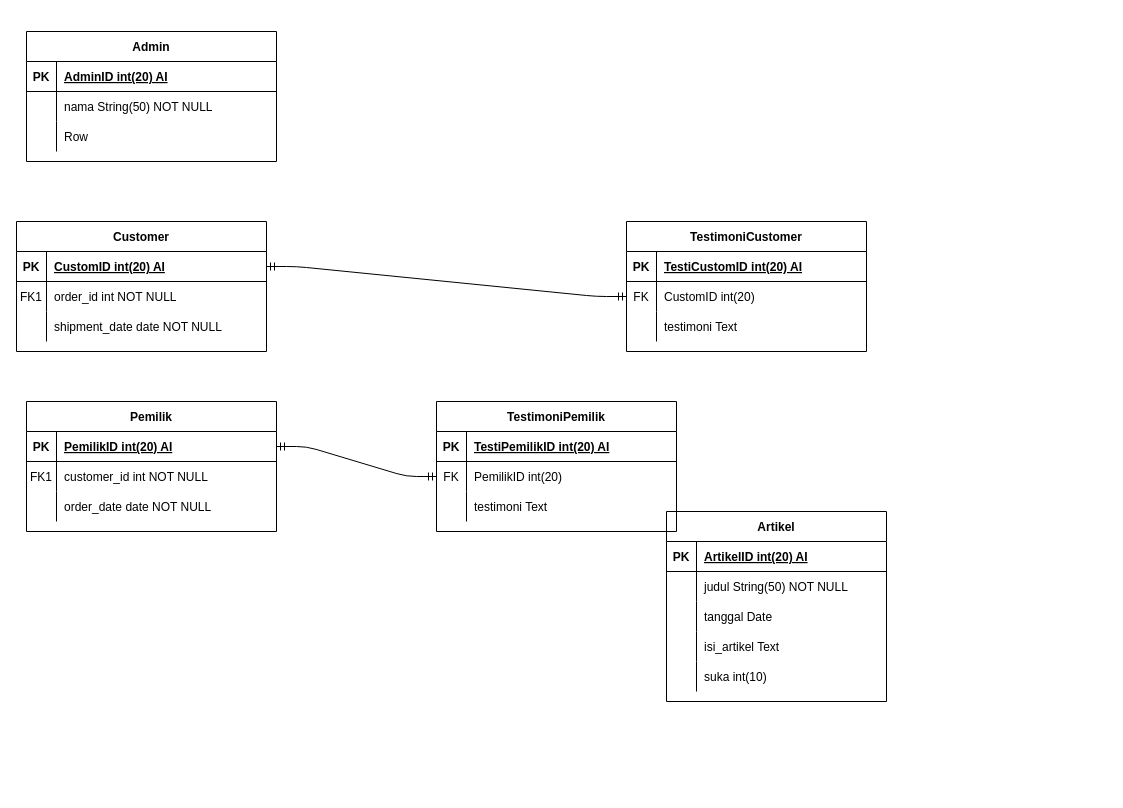
Earlier version of the draw.io diagram ERD TerasKos.drawio (sendy452/DIagram-Model). Source tidied: cells renumbered, new cells numbered last; positions are measured from the earlier drawing's top-left corner, leaving out a move shared by most shapes. Both pictures are drawn from the tidied source at 100%, with x=0, y=0 at pixel (16, 31).
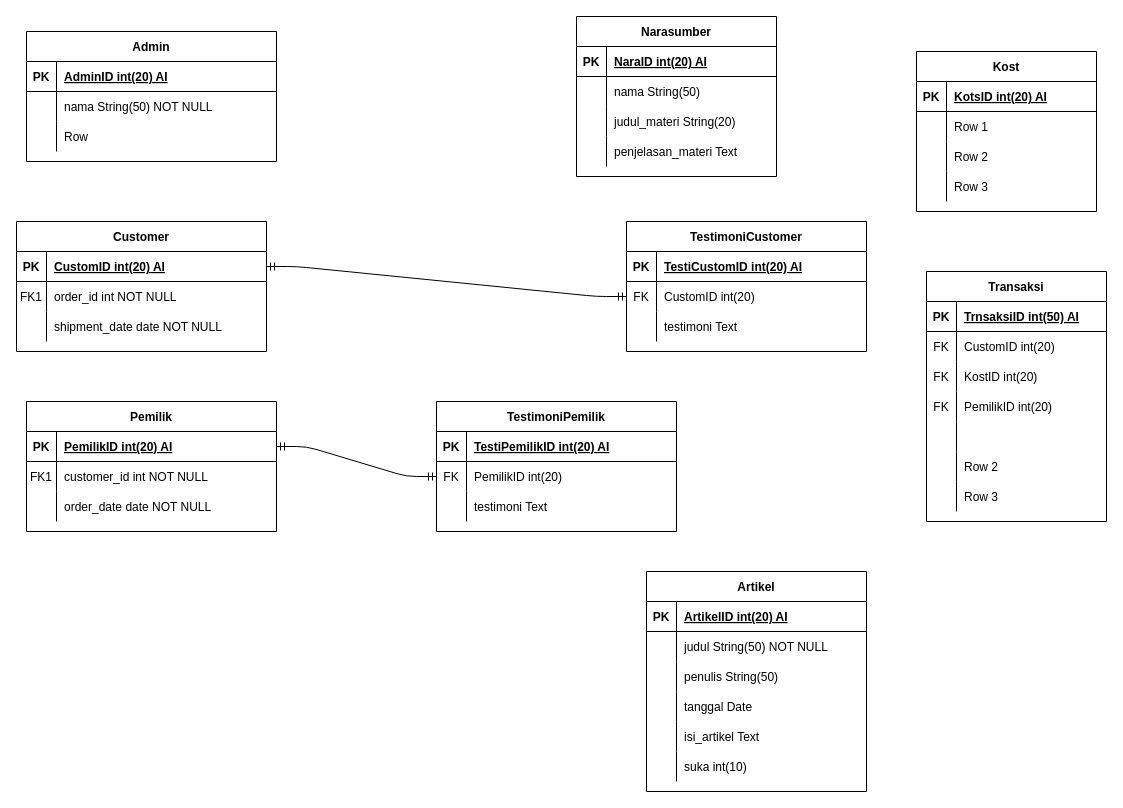
After the change.

Change to the diagram source:
```diff
@@
     <mxCell id="32" value="Artikel" style="shape=table;startSize=30;childLayout=tableLayout;rowLines=0;fontStyle=1;align=center;" parent="1" vertex="1">
-      <mxGeometry x="650" y="480" width="220" height="190" as="geometry" />
+      <mxGeometry x="630" y="540" width="220" height="220" as="geometry" />
     </mxCell>
@@
+    <mxCell id="70" style="shape=partialRectangle;fillColor=none;top=0;left=0;bottom=0;right=0;" parent="32" vertex="1">
+      <mxGeometry y="90" width="220" height="30" as="geometry" />
+    </mxCell>
+    <mxCell id="71" style="shape=partialRectangle;fillColor=none;top=0;left=0;bottom=0;right=0;overflow=hidden;" parent="70" vertex="1">
+      <mxGeometry width="30" height="30" as="geometry" />
+    </mxCell>
+    <mxCell id="72" value="penulis String(50)" style="shape=partialRectangle;fillColor=none;top=0;left=0;bottom=0;right=0;align=left;spacingLeft=6;overflow=hidden;" parent="70" vertex="1">
+      <mxGeometry x="30" width="190" height="30" as="geometry" />
+    </mxCell>
     <mxCell id="39" style="shape=partialRectangle;fillColor=none;top=0;left=0;bottom=0;right=0;" parent="32" vertex="1">
-      <mxGeometry y="90" width="220" height="30" as="geometry" />
+      <mxGeometry y="120" width="220" height="30" as="geometry" />
     </mxCell>
@@
     <mxCell id="42" style="shape=partialRectangle;fillColor=none;top=0;left=0;bottom=0;right=0;" parent="32" vertex="1">
-      <mxGeometry y="120" width="220" height="30" as="geometry" />
+      <mxGeometry y="150" width="220" height="30" as="geometry" />
     </mxCell>
@@
     <mxCell id="45" style="shape=partialRectangle;fillColor=none;top=0;left=0;bottom=0;right=0;" parent="32" vertex="1">
-      <mxGeometry y="150" width="220" height="30" as="geometry" />
+      <mxGeometry y="180" width="220" height="30" as="geometry" />
     </mxCell>
@@
+    <mxCell id="73" value="Narasumber" style="shape=table;startSize=30;childLayout=tableLayout;rowLines=0;fontStyle=1;align=center;" parent="1" vertex="1">
+      <mxGeometry x="560" y="-15" width="200" height="160" as="geometry" />
+    </mxCell>
+    <mxCell id="74" style="shape=partialRectangle;fillColor=none;top=0;left=0;bottom=1;right=0;" parent="73" vertex="1">
+      <mxGeometry y="30" width="200" height="30" as="geometry" />
+    </mxCell>
+    <mxCell id="75" value="PK" style="shape=partialRectangle;fillColor=none;top=0;left=0;bottom=0;right=0;fontStyle=1;overflow=hidden;" parent="74" vertex="1">
+      <mxGeometry width="30" height="30" as="geometry" />
+    </mxCell>
+    <mxCell id="76" value="NaraID int(20) AI" style="shape=partialRectangle;fillColor=none;top=0;left=0;bottom=0;right=0;align=left;spacingLeft=6;fontStyle=5;overflow=hidden;" parent="74" vertex="1">
+      <mxGeometry x="30" width="170" height="30" as="geometry" />
+    </mxCell>
+    <mxCell id="77" style="shape=partialRectangle;fillColor=none;top=0;left=0;bottom=0;right=0;" parent="73" vertex="1">
+      <mxGeometry y="60" width="200" height="30" as="geometry" />
+    </mxCell>
+    <mxCell id="78" style="shape=partialRectangle;fillColor=none;top=0;left=0;bottom=0;right=0;overflow=hidden;" parent="77" vertex="1">
+      <mxGeometry width="30" height="30" as="geometry" />
+    </mxCell>
+    <mxCell id="79" value="nama String(50)" style="shape=partialRectangle;fillColor=none;top=0;left=0;bottom=0;right=0;align=left;spacingLeft=6;overflow=hidden;" parent="77" vertex="1">
+      <mxGeometry x="30" width="170" height="30" as="geometry" />
+    </mxCell>
+    <mxCell id="80" style="shape=partialRectangle;fillColor=none;top=0;left=0;bottom=0;right=0;" parent="73" vertex="1">
+      <mxGeometry y="90" width="200" height="30" as="geometry" />
+    </mxCell>
+    <mxCell id="81" style="shape=partialRectangle;fillColor=none;top=0;left=0;bottom=0;right=0;overflow=hidden;" parent="80" vertex="1">
+      <mxGeometry width="30" height="30" as="geometry" />
+    </mxCell>
+    <mxCell id="82" value="judul_materi String(20)" style="shape=partialRectangle;fillColor=none;top=0;left=0;bottom=0;right=0;align=left;spacingLeft=6;overflow=hidden;" parent="80" vertex="1">
+      <mxGeometry x="30" width="170" height="30" as="geometry" />
+    </mxCell>
+    <mxCell id="83" style="shape=partialRectangle;fillColor=none;top=0;left=0;bottom=0;right=0;" parent="73" vertex="1">
+      <mxGeometry y="120" width="200" height="30" as="geometry" />
+    </mxCell>
+    <mxCell id="84" style="shape=partialRectangle;fillColor=none;top=0;left=0;bottom=0;right=0;overflow=hidden;" parent="83" vertex="1">
+      <mxGeometry width="30" height="30" as="geometry" />
+    </mxCell>
+    <mxCell id="85" value="penjelasan_materi Text" style="shape=partialRectangle;fillColor=none;top=0;left=0;bottom=0;right=0;align=left;spacingLeft=6;overflow=hidden;" parent="83" vertex="1">
+      <mxGeometry x="30" width="170" height="30" as="geometry" />
+    </mxCell>
+    <mxCell id="86" value="Kost" style="shape=table;startSize=30;childLayout=tableLayout;rowLines=0;fontStyle=1;align=center;" parent="1" vertex="1">
+      <mxGeometry x="900" y="20" width="180" height="160" as="geometry" />
+    </mxCell>
+    <mxCell id="87" style="shape=partialRectangle;fillColor=none;top=0;left=0;bottom=1;right=0;" parent="86" vertex="1">
+      <mxGeometry y="30" width="180" height="30" as="geometry" />
+    </mxCell>
+    <mxCell id="88" value="PK" style="shape=partialRectangle;fillColor=none;top=0;left=0;bottom=0;right=0;fontStyle=1;overflow=hidden;" parent="87" vertex="1">
+      <mxGeometry width="30" height="30" as="geometry" />
+    </mxCell>
+    <mxCell id="89" value="KotsID int(20) AI" style="shape=partialRectangle;fillColor=none;top=0;left=0;bottom=0;right=0;align=left;spacingLeft=6;fontStyle=5;overflow=hidden;" parent="87" vertex="1">
+      <mxGeometry x="30" width="150" height="30" as="geometry" />
+    </mxCell>
+    <mxCell id="90" style="shape=partialRectangle;fillColor=none;top=0;left=0;bottom=0;right=0;" parent="86" vertex="1">
+      <mxGeometry y="60" width="180" height="30" as="geometry" />
+    </mxCell>
+    <mxCell id="91" style="shape=partialRectangle;fillColor=none;top=0;left=0;bottom=0;right=0;overflow=hidden;" parent="90" vertex="1">
+      <mxGeometry width="30" height="30" as="geometry" />
+    </mxCell>
+    <mxCell id="92" value="Row 1" style="shape=partialRectangle;fillColor=none;top=0;left=0;bottom=0;right=0;align=left;spacingLeft=6;overflow=hidden;" parent="90" vertex="1">
+      <mxGeometry x="30" width="150" height="30" as="geometry" />
+    </mxCell>
+    <mxCell id="93" style="shape=partialRectangle;fillColor=none;top=0;left=0;bottom=0;right=0;" parent="86" vertex="1">
+      <mxGeometry y="90" width="180" height="30" as="geometry" />
+    </mxCell>
+    <mxCell id="94" style="shape=partialRectangle;fillColor=none;top=0;left=0;bottom=0;right=0;overflow=hidden;" parent="93" vertex="1">
+      <mxGeometry width="30" height="30" as="geometry" />
+    </mxCell>
+    <mxCell id="95" value="Row 2" style="shape=partialRectangle;fillColor=none;top=0;left=0;bottom=0;right=0;align=left;spacingLeft=6;overflow=hidden;" parent="93" vertex="1">
+      <mxGeometry x="30" width="150" height="30" as="geometry" />
+    </mxCell>
+    <mxCell id="96" style="shape=partialRectangle;fillColor=none;top=0;left=0;bottom=0;right=0;" parent="86" vertex="1">
+      <mxGeometry y="120" width="180" height="30" as="geometry" />
+    </mxCell>
+    <mxCell id="97" style="shape=partialRectangle;fillColor=none;top=0;left=0;bottom=0;right=0;overflow=hidden;" parent="96" vertex="1">
+      <mxGeometry width="30" height="30" as="geometry" />
+    </mxCell>
+    <mxCell id="98" value="Row 3" style="shape=partialRectangle;fillColor=none;top=0;left=0;bottom=0;right=0;align=left;spacingLeft=6;overflow=hidden;" parent="96" vertex="1">
+      <mxGeometry x="30" width="150" height="30" as="geometry" />
+    </mxCell>
+    <mxCell id="99" value="Transaksi" style="shape=table;startSize=30;childLayout=tableLayout;rowLines=0;fontStyle=1;align=center;" parent="1" vertex="1">
+      <mxGeometry x="910" y="240" width="180" height="250" as="geometry" />
+    </mxCell>
+    <mxCell id="100" style="shape=partialRectangle;fillColor=none;top=0;left=0;bottom=1;right=0;" parent="99" vertex="1">
+      <mxGeometry y="30" width="180" height="30" as="geometry" />
+    </mxCell>
+    <mxCell id="101" value="PK" style="shape=partialRectangle;fillColor=none;top=0;left=0;bottom=0;right=0;fontStyle=1;overflow=hidden;" parent="100" vertex="1">
+      <mxGeometry width="30" height="30" as="geometry" />
+    </mxCell>
+    <mxCell id="102" value="TrnsaksiID int(50) AI" style="shape=partialRectangle;fillColor=none;top=0;left=0;bottom=0;right=0;align=left;spacingLeft=6;fontStyle=5;overflow=hidden;" parent="100" vertex="1">
+      <mxGeometry x="30" width="150" height="30" as="geometry" />
+    </mxCell>
+    <mxCell id="103" style="shape=partialRectangle;fillColor=none;top=0;left=0;bottom=0;right=0;" parent="99" vertex="1">
+      <mxGeometry y="60" width="180" height="30" as="geometry" />
+    </mxCell>
+    <mxCell id="104" value="FK" style="shape=partialRectangle;fillColor=none;top=0;left=0;bottom=0;right=0;fontStyle=0;overflow=hidden;" parent="103" vertex="1">
+      <mxGeometry width="30" height="30" as="geometry" />
+    </mxCell>
+    <mxCell id="105" value="CustomID int(20)" style="shape=partialRectangle;fillColor=none;top=0;left=0;bottom=0;right=0;align=left;spacingLeft=6;fontStyle=0;overflow=hidden;" parent="103" vertex="1">
+      <mxGeometry x="30" width="150" height="30" as="geometry" />
+    </mxCell>
+    <mxCell id="106" style="shape=partialRectangle;fillColor=none;top=0;left=0;bottom=0;right=0;" parent="99" vertex="1">
+      <mxGeometry y="90" width="180" height="30" as="geometry" />
+    </mxCell>
+    <mxCell id="107" value="FK" style="shape=partialRectangle;fillColor=none;top=0;left=0;bottom=0;right=0;fontStyle=0;overflow=hidden;" parent="106" vertex="1">
+      <mxGeometry width="30" height="30" as="geometry" />
+    </mxCell>
+    <mxCell id="108" value="KostID int(20)" style="shape=partialRectangle;fillColor=none;top=0;left=0;bottom=0;right=0;align=left;spacingLeft=6;fontStyle=0;overflow=hidden;" parent="106" vertex="1">
+      <mxGeometry x="30" width="150" height="30" as="geometry" />
+    </mxCell>
+    <mxCell id="109" style="shape=partialRectangle;fillColor=none;top=0;left=0;bottom=0;right=0;" parent="99" vertex="1">
+      <mxGeometry y="120" width="180" height="30" as="geometry" />
+    </mxCell>
+    <mxCell id="110" value="FK" style="shape=partialRectangle;fillColor=none;top=0;left=0;bottom=0;right=0;fontStyle=0;overflow=hidden;" parent="109" vertex="1">
+      <mxGeometry width="30" height="30" as="geometry" />
+    </mxCell>
+    <mxCell id="111" value="PemilikID int(20)" style="shape=partialRectangle;fillColor=none;top=0;left=0;bottom=0;right=0;align=left;spacingLeft=6;fontStyle=0;overflow=hidden;" parent="109" vertex="1">
+      <mxGeometry x="30" width="150" height="30" as="geometry" />
+    </mxCell>
+    <mxCell id="112" style="shape=partialRectangle;fillColor=none;top=0;left=0;bottom=0;right=0;" parent="99" vertex="1">
+      <mxGeometry y="150" width="180" height="30" as="geometry" />
+    </mxCell>
+    <mxCell id="113" style="shape=partialRectangle;fillColor=none;top=0;left=0;bottom=0;right=0;overflow=hidden;" parent="112" vertex="1">
+      <mxGeometry width="30" height="30" as="geometry" />
+    </mxCell>
+    <mxCell id="114" style="shape=partialRectangle;fillColor=none;top=0;left=0;bottom=0;right=0;align=left;spacingLeft=6;overflow=hidden;" parent="112" vertex="1">
+      <mxGeometry x="30" width="150" height="30" as="geometry" />
+    </mxCell>
+    <mxCell id="115" style="shape=partialRectangle;fillColor=none;top=0;left=0;bottom=0;right=0;" parent="99" vertex="1">
+      <mxGeometry y="180" width="180" height="30" as="geometry" />
+    </mxCell>
+    <mxCell id="116" style="shape=partialRectangle;fillColor=none;top=0;left=0;bottom=0;right=0;overflow=hidden;" parent="115" vertex="1">
+      <mxGeometry width="30" height="30" as="geometry" />
+    </mxCell>
+    <mxCell id="117" value="Row 2" style="shape=partialRectangle;fillColor=none;top=0;left=0;bottom=0;right=0;align=left;spacingLeft=6;overflow=hidden;" parent="115" vertex="1">
+      <mxGeometry x="30" width="150" height="30" as="geometry" />
+    </mxCell>
+    <mxCell id="118" style="shape=partialRectangle;fillColor=none;top=0;left=0;bottom=0;right=0;" parent="99" vertex="1">
+      <mxGeometry y="210" width="180" height="30" as="geometry" />
+    </mxCell>
+    <mxCell id="119" style="shape=partialRectangle;fillColor=none;top=0;left=0;bottom=0;right=0;overflow=hidden;" parent="118" vertex="1">
+      <mxGeometry width="30" height="30" as="geometry" />
+    </mxCell>
+    <mxCell id="120" value="Row 3" style="shape=partialRectangle;fillColor=none;top=0;left=0;bottom=0;right=0;align=left;spacingLeft=6;overflow=hidden;" parent="118" vertex="1">
+      <mxGeometry x="30" width="150" height="30" as="geometry" />
+    </mxCell>
```
